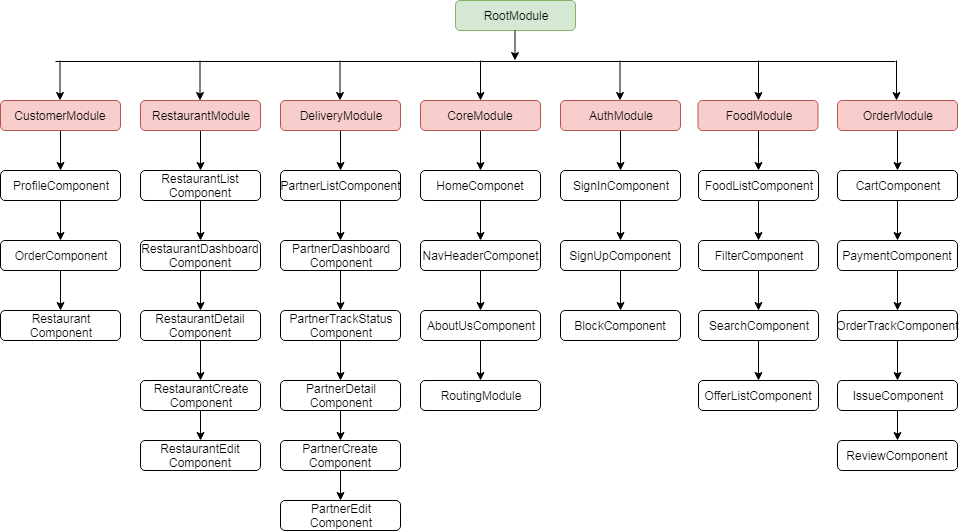
Above: ComponentDiagram.png in DakshataTalentpod/FoodMart (draw.io), before the change. Source tidied: cells renumbered, new cells last; positions are measured from the earlier drawing's top-left corner, leaving out a move shared by most shapes. The source it was exported from:
```xml
<mxGraphModel>
  <root>
    <mxCell id="0" />
    <mxCell id="1" parent="0" />
    <mxCell id="2" style="edgeStyle=orthogonalEdgeStyle;rounded=0;jettySize=auto;html=1;" parent="1" edge="1" source="3" target="5">
      <mxGeometry relative="1" as="geometry" />
    </mxCell>
    <mxCell id="3" value="OrderModule" style="rounded=1;whiteSpace=wrap;html=1;fillColor=#f8cecc;strokeColor=#b85450;" parent="1" vertex="1">
      <mxGeometry x="837" y="100" width="120" height="30" as="geometry" />
    </mxCell>
    <mxCell id="4" style="edgeStyle=orthogonalEdgeStyle;rounded=0;jettySize=auto;html=1;" parent="1" edge="1" source="5" target="7">
      <mxGeometry relative="1" as="geometry" />
    </mxCell>
    <mxCell id="5" value="CartComponent" style="rounded=1;whiteSpace=wrap;html=1;" parent="1" vertex="1">
      <mxGeometry x="837" y="170" width="120" height="30" as="geometry" />
    </mxCell>
    <mxCell id="6" style="edgeStyle=orthogonalEdgeStyle;rounded=0;jettySize=auto;html=1;" parent="1" edge="1" source="7" target="9">
      <mxGeometry relative="1" as="geometry" />
    </mxCell>
    <mxCell id="7" value="PaymentComponent" style="rounded=1;whiteSpace=wrap;html=1;" parent="1" vertex="1">
      <mxGeometry x="837" y="240" width="120" height="30" as="geometry" />
    </mxCell>
    <mxCell id="8" style="edgeStyle=orthogonalEdgeStyle;rounded=0;jettySize=auto;html=1;" parent="1" edge="1" source="9" target="11">
      <mxGeometry relative="1" as="geometry" />
    </mxCell>
    <mxCell id="9" value="OrderTrackComponent" style="rounded=1;whiteSpace=wrap;html=1;" parent="1" vertex="1">
      <mxGeometry x="837" y="310" width="120" height="30" as="geometry" />
    </mxCell>
    <mxCell id="10" style="edgeStyle=orthogonalEdgeStyle;rounded=0;jettySize=auto;html=1;" parent="1" edge="1" source="11" target="12">
      <mxGeometry relative="1" as="geometry" />
    </mxCell>
    <mxCell id="11" value="IssueComponent" style="rounded=1;whiteSpace=wrap;html=1;" parent="1" vertex="1">
      <mxGeometry x="837" y="380" width="120" height="30" as="geometry" />
    </mxCell>
    <mxCell id="12" value="ReviewComponent" style="rounded=1;whiteSpace=wrap;html=1;" parent="1" vertex="1">
      <mxGeometry x="837" y="440" width="120" height="30" as="geometry" />
    </mxCell>
    <mxCell id="13" value="RootModule" style="rounded=1;whiteSpace=wrap;html=1;fillColor=#d5e8d4;strokeColor=#82b366;" parent="1" vertex="1">
      <mxGeometry x="455" width="120" height="30" as="geometry" />
    </mxCell>
    <mxCell id="14" style="edgeStyle=orthogonalEdgeStyle;rounded=0;orthogonalLoop=1;jettySize=auto;html=1;" parent="1" edge="1">
      <mxGeometry relative="1" as="geometry">
        <mxPoint x="60" y="150" as="sourcePoint" />
        <mxPoint x="60" y="170" as="targetPoint" />
        <Array as="points">
          <mxPoint x="60" y="130" />
          <mxPoint x="60" y="130" />
        </Array>
      </mxGeometry>
    </mxCell>
    <mxCell id="15" value="CustomerModule" style="rounded=1;whiteSpace=wrap;html=1;fillColor=#f8cecc;strokeColor=#b85450;" parent="1" vertex="1">
      <mxGeometry y="100" width="120" height="30" as="geometry" />
    </mxCell>
    <mxCell id="16" style="edgeStyle=orthogonalEdgeStyle;rounded=0;jettySize=auto;html=1;" parent="1" edge="1" source="17">
      <mxGeometry relative="1" as="geometry">
        <mxPoint x="60" y="240" as="targetPoint" />
      </mxGeometry>
    </mxCell>
    <mxCell id="17" value="ProfileComponent" style="rounded=1;whiteSpace=wrap;html=1;" parent="1" vertex="1">
      <mxGeometry y="170" width="120" height="30" as="geometry" />
    </mxCell>
    <mxCell id="18" style="edgeStyle=orthogonalEdgeStyle;rounded=0;jettySize=auto;html=1;" parent="1" edge="1" source="19">
      <mxGeometry relative="1" as="geometry">
        <mxPoint x="60" y="310" as="targetPoint" />
      </mxGeometry>
    </mxCell>
    <mxCell id="19" value="OrderComponent" style="rounded=1;whiteSpace=wrap;html=1;" parent="1" vertex="1">
      <mxGeometry y="240" width="120" height="30" as="geometry" />
    </mxCell>
    <mxCell id="20" value="Restaurant&lt;br&gt;Component" style="rounded=1;whiteSpace=wrap;html=1;" parent="1" vertex="1">
      <mxGeometry y="310" width="120" height="30" as="geometry" />
    </mxCell>
    <mxCell id="21" style="edgeStyle=orthogonalEdgeStyle;rounded=0;jettySize=auto;html=1;" parent="1" edge="1" source="22" target="24">
      <mxGeometry relative="1" as="geometry" />
    </mxCell>
    <mxCell id="22" value="FoodModule" style="rounded=1;whiteSpace=wrap;html=1;fillColor=#f8cecc;strokeColor=#b85450;" parent="1" vertex="1">
      <mxGeometry x="697.5" y="100" width="120" height="30" as="geometry" />
    </mxCell>
    <mxCell id="23" style="edgeStyle=orthogonalEdgeStyle;rounded=0;jettySize=auto;html=1;" parent="1" edge="1" source="24" target="26">
      <mxGeometry relative="1" as="geometry" />
    </mxCell>
    <mxCell id="24" value="FoodListComponent" style="rounded=1;whiteSpace=wrap;html=1;" parent="1" vertex="1">
      <mxGeometry x="698" y="170" width="120" height="30" as="geometry" />
    </mxCell>
    <mxCell id="25" style="edgeStyle=orthogonalEdgeStyle;rounded=0;jettySize=auto;html=1;" parent="1" edge="1" source="26" target="28">
      <mxGeometry relative="1" as="geometry" />
    </mxCell>
    <mxCell id="26" value="FilterComponent" style="rounded=1;whiteSpace=wrap;html=1;" parent="1" vertex="1">
      <mxGeometry x="698" y="240" width="120" height="30" as="geometry" />
    </mxCell>
    <mxCell id="27" style="edgeStyle=orthogonalEdgeStyle;rounded=0;jettySize=auto;html=1;" parent="1" edge="1" source="28" target="29">
      <mxGeometry relative="1" as="geometry" />
    </mxCell>
    <mxCell id="28" value="SearchComponent" style="rounded=1;whiteSpace=wrap;html=1;" parent="1" vertex="1">
      <mxGeometry x="698" y="310" width="120" height="30" as="geometry" />
    </mxCell>
    <mxCell id="29" value="OfferListComponent" style="rounded=1;whiteSpace=wrap;html=1;" parent="1" vertex="1">
      <mxGeometry x="698" y="380" width="120" height="30" as="geometry" />
    </mxCell>
    <mxCell id="30" style="edgeStyle=orthogonalEdgeStyle;rounded=0;jettySize=auto;html=1;" parent="1" edge="1" source="31" target="33">
      <mxGeometry relative="1" as="geometry" />
    </mxCell>
    <mxCell id="31" value="RestaurantModule" style="rounded=1;whiteSpace=wrap;html=1;fillColor=#f8cecc;strokeColor=#b85450;" parent="1" vertex="1">
      <mxGeometry x="140" y="100" width="120" height="30" as="geometry" />
    </mxCell>
    <mxCell id="32" style="edgeStyle=orthogonalEdgeStyle;rounded=0;jettySize=auto;html=1;" parent="1" edge="1" source="33" target="35">
      <mxGeometry relative="1" as="geometry" />
    </mxCell>
    <mxCell id="33" value="RestaurantList&lt;br&gt;Component" style="rounded=1;whiteSpace=wrap;html=1;" parent="1" vertex="1">
      <mxGeometry x="140" y="170" width="120" height="30" as="geometry" />
    </mxCell>
    <mxCell id="34" style="edgeStyle=orthogonalEdgeStyle;rounded=0;jettySize=auto;html=1;" parent="1" edge="1" source="35" target="37">
      <mxGeometry relative="1" as="geometry" />
    </mxCell>
    <mxCell id="35" value="RestaurantDashboard&lt;br&gt;Component&lt;br&gt;" style="rounded=1;whiteSpace=wrap;html=1;" parent="1" vertex="1">
      <mxGeometry x="140" y="240" width="120" height="30" as="geometry" />
    </mxCell>
    <mxCell id="36" style="edgeStyle=orthogonalEdgeStyle;rounded=0;jettySize=auto;html=1;" parent="1" edge="1" source="37" target="39">
      <mxGeometry relative="1" as="geometry" />
    </mxCell>
    <mxCell id="37" value="RestaurantDetail&lt;br&gt;Component" style="rounded=1;whiteSpace=wrap;html=1;" parent="1" vertex="1">
      <mxGeometry x="140" y="310" width="120" height="30" as="geometry" />
    </mxCell>
    <mxCell id="38" style="edgeStyle=orthogonalEdgeStyle;rounded=0;jettySize=auto;html=1;" parent="1" edge="1" source="39" target="40">
      <mxGeometry relative="1" as="geometry" />
    </mxCell>
    <mxCell id="39" value="RestaurantCreate&lt;br&gt;Component" style="rounded=1;whiteSpace=wrap;html=1;" parent="1" vertex="1">
      <mxGeometry x="140" y="380" width="120" height="30" as="geometry" />
    </mxCell>
    <mxCell id="40" value="RestaurantEdit&lt;br&gt;Component" style="rounded=1;whiteSpace=wrap;html=1;" parent="1" vertex="1">
      <mxGeometry x="140" y="440" width="120" height="30" as="geometry" />
    </mxCell>
    <mxCell id="41" style="edgeStyle=orthogonalEdgeStyle;rounded=0;jettySize=auto;html=1;" parent="1" edge="1" source="42" target="44">
      <mxGeometry relative="1" as="geometry" />
    </mxCell>
    <mxCell id="42" value="DeliveryModule" style="rounded=1;whiteSpace=wrap;html=1;fillColor=#f8cecc;strokeColor=#b85450;" parent="1" vertex="1">
      <mxGeometry x="280" y="100" width="120" height="30" as="geometry" />
    </mxCell>
    <mxCell id="43" style="edgeStyle=orthogonalEdgeStyle;rounded=0;jettySize=auto;html=1;" parent="1" edge="1" source="44" target="46">
      <mxGeometry relative="1" as="geometry" />
    </mxCell>
    <mxCell id="44" value="PartnerListComponent" style="rounded=1;whiteSpace=wrap;html=1;" parent="1" vertex="1">
      <mxGeometry x="280" y="170" width="120" height="30" as="geometry" />
    </mxCell>
    <mxCell id="45" style="edgeStyle=orthogonalEdgeStyle;rounded=0;jettySize=auto;html=1;" parent="1" edge="1" source="46" target="48">
      <mxGeometry relative="1" as="geometry" />
    </mxCell>
    <mxCell id="46" value="PartnerDashboard&lt;br&gt;Component" style="rounded=1;whiteSpace=wrap;html=1;" parent="1" vertex="1">
      <mxGeometry x="280" y="240" width="120" height="30" as="geometry" />
    </mxCell>
    <mxCell id="47" style="edgeStyle=orthogonalEdgeStyle;rounded=0;jettySize=auto;html=1;" parent="1" edge="1" source="48" target="50">
      <mxGeometry relative="1" as="geometry" />
    </mxCell>
    <mxCell id="48" value="PartnerTrackStatus&lt;br&gt;Component" style="rounded=1;whiteSpace=wrap;html=1;" parent="1" vertex="1">
      <mxGeometry x="280" y="310" width="120" height="30" as="geometry" />
    </mxCell>
    <mxCell id="49" style="edgeStyle=orthogonalEdgeStyle;rounded=0;jettySize=auto;html=1;" parent="1" edge="1" source="50" target="52">
      <mxGeometry relative="1" as="geometry" />
    </mxCell>
    <mxCell id="50" value="PartnerDetail&lt;br&gt;Component" style="rounded=1;whiteSpace=wrap;html=1;" parent="1" vertex="1">
      <mxGeometry x="280" y="380" width="120" height="30" as="geometry" />
    </mxCell>
    <mxCell id="51" style="edgeStyle=orthogonalEdgeStyle;rounded=0;jettySize=auto;html=1;" parent="1" edge="1" source="52" target="53">
      <mxGeometry relative="1" as="geometry" />
    </mxCell>
    <mxCell id="52" value="PartnerCreate&lt;br&gt;Component" style="rounded=1;whiteSpace=wrap;html=1;" parent="1" vertex="1">
      <mxGeometry x="280" y="440" width="120" height="30" as="geometry" />
    </mxCell>
    <mxCell id="53" value="PartnerEdit&lt;br&gt;Component" style="rounded=1;whiteSpace=wrap;html=1;" parent="1" vertex="1">
      <mxGeometry x="280" y="500" width="120" height="30" as="geometry" />
    </mxCell>
    <mxCell id="54" style="edgeStyle=orthogonalEdgeStyle;rounded=0;jettySize=auto;html=1;" parent="1" edge="1" source="55" target="57">
      <mxGeometry relative="1" as="geometry" />
    </mxCell>
    <mxCell id="55" value="CoreModule" style="rounded=1;whiteSpace=wrap;html=1;fillColor=#f8cecc;strokeColor=#b85450;" parent="1" vertex="1">
      <mxGeometry x="420" y="100" width="120" height="30" as="geometry" />
    </mxCell>
    <mxCell id="56" style="edgeStyle=orthogonalEdgeStyle;rounded=0;jettySize=auto;html=1;" parent="1" edge="1" source="57" target="59">
      <mxGeometry relative="1" as="geometry" />
    </mxCell>
    <mxCell id="57" value="HomeComponet" style="rounded=1;whiteSpace=wrap;html=1;" parent="1" vertex="1">
      <mxGeometry x="420" y="170" width="120" height="30" as="geometry" />
    </mxCell>
    <mxCell id="58" style="edgeStyle=orthogonalEdgeStyle;rounded=0;jettySize=auto;html=1;" parent="1" edge="1" source="59" target="61">
      <mxGeometry relative="1" as="geometry" />
    </mxCell>
    <mxCell id="59" value="NavHeaderComponet" style="rounded=1;whiteSpace=wrap;html=1;" parent="1" vertex="1">
      <mxGeometry x="420" y="240" width="120" height="30" as="geometry" />
    </mxCell>
    <mxCell id="60" style="edgeStyle=orthogonalEdgeStyle;rounded=0;jettySize=auto;html=1;" parent="1" edge="1" source="61" target="62">
      <mxGeometry relative="1" as="geometry" />
    </mxCell>
    <mxCell id="61" value="AboutUsComponent" style="rounded=1;whiteSpace=wrap;html=1;" parent="1" vertex="1">
      <mxGeometry x="420" y="310" width="120" height="30" as="geometry" />
    </mxCell>
    <mxCell id="62" value="RoutingModule" style="rounded=1;whiteSpace=wrap;html=1;" parent="1" vertex="1">
      <mxGeometry x="420" y="380" width="120" height="30" as="geometry" />
    </mxCell>
    <mxCell id="63" style="edgeStyle=orthogonalEdgeStyle;rounded=0;jettySize=auto;html=1;" parent="1" edge="1" source="64" target="66">
      <mxGeometry relative="1" as="geometry" />
    </mxCell>
    <mxCell id="64" value="AuthModule" style="rounded=1;whiteSpace=wrap;html=1;fillColor=#f8cecc;strokeColor=#b85450;" parent="1" vertex="1">
      <mxGeometry x="560" y="100" width="120" height="30" as="geometry" />
    </mxCell>
    <mxCell id="65" style="edgeStyle=orthogonalEdgeStyle;rounded=0;jettySize=auto;html=1;" parent="1" edge="1" source="66" target="68">
      <mxGeometry relative="1" as="geometry" />
    </mxCell>
    <mxCell id="66" value="SignInComponent" style="rounded=1;whiteSpace=wrap;html=1;" parent="1" vertex="1">
      <mxGeometry x="560" y="170" width="120" height="30" as="geometry" />
    </mxCell>
    <mxCell id="67" style="edgeStyle=orthogonalEdgeStyle;rounded=0;jettySize=auto;html=1;" parent="1" edge="1" source="68" target="69">
      <mxGeometry relative="1" as="geometry" />
    </mxCell>
    <mxCell id="68" value="SignUpComponent" style="rounded=1;whiteSpace=wrap;html=1;" parent="1" vertex="1">
      <mxGeometry x="560" y="240" width="120" height="30" as="geometry" />
    </mxCell>
    <mxCell id="69" value="BlockComponent" style="rounded=1;whiteSpace=wrap;html=1;" parent="1" vertex="1">
      <mxGeometry x="560" y="310" width="120" height="30" as="geometry" />
    </mxCell>
    <mxCell id="70" style="endArrow=classic;html=1;" parent="1" edge="1">
      <mxGeometry relative="1" as="geometry">
        <mxPoint x="514.5" y="30" as="sourcePoint" />
        <mxPoint x="514.5" y="60" as="targetPoint" />
      </mxGeometry>
    </mxCell>
    <mxCell id="71" style="endArrow=none;html=1;" parent="1" edge="1">
      <mxGeometry relative="1" as="geometry">
        <mxPoint x="55" y="61" as="sourcePoint" />
        <mxPoint x="895" y="61" as="targetPoint" />
      </mxGeometry>
    </mxCell>
    <mxCell id="72" style="endArrow=classic;html=1;" parent="1" edge="1">
      <mxGeometry relative="1" as="geometry">
        <mxPoint x="59.5" y="60" as="sourcePoint" />
        <mxPoint x="59.5" y="100" as="targetPoint" />
      </mxGeometry>
    </mxCell>
    <mxCell id="73" style="endArrow=classic;html=1;" parent="1" edge="1">
      <mxGeometry relative="1" as="geometry">
        <mxPoint x="199.5" y="60" as="sourcePoint" />
        <mxPoint x="199.5" y="100" as="targetPoint" />
      </mxGeometry>
    </mxCell>
    <mxCell id="74" style="endArrow=classic;html=1;" parent="1" edge="1">
      <mxGeometry relative="1" as="geometry">
        <mxPoint x="339.5" y="60" as="sourcePoint" />
        <mxPoint x="339.5" y="100" as="targetPoint" />
      </mxGeometry>
    </mxCell>
    <mxCell id="75" style="endArrow=classic;html=1;" parent="1" edge="1">
      <mxGeometry relative="1" as="geometry">
        <mxPoint x="480" y="60" as="sourcePoint" />
        <mxPoint x="480" y="100" as="targetPoint" />
      </mxGeometry>
    </mxCell>
    <mxCell id="76" style="endArrow=classic;html=1;" parent="1" edge="1">
      <mxGeometry relative="1" as="geometry">
        <mxPoint x="619.5" y="60" as="sourcePoint" />
        <mxPoint x="619.5" y="100" as="targetPoint" />
      </mxGeometry>
    </mxCell>
    <mxCell id="77" style="endArrow=classic;html=1;" parent="1" edge="1">
      <mxGeometry relative="1" as="geometry">
        <mxPoint x="758" y="60" as="sourcePoint" />
        <mxPoint x="758" y="100" as="targetPoint" />
      </mxGeometry>
    </mxCell>
    <mxCell id="78" style="endArrow=classic;html=1;" parent="1" edge="1">
      <mxGeometry relative="1" as="geometry">
        <mxPoint x="896" y="60" as="sourcePoint" />
        <mxPoint x="896" y="100" as="targetPoint" />
      </mxGeometry>
    </mxCell>
  </root>
</mxGraphModel>
```
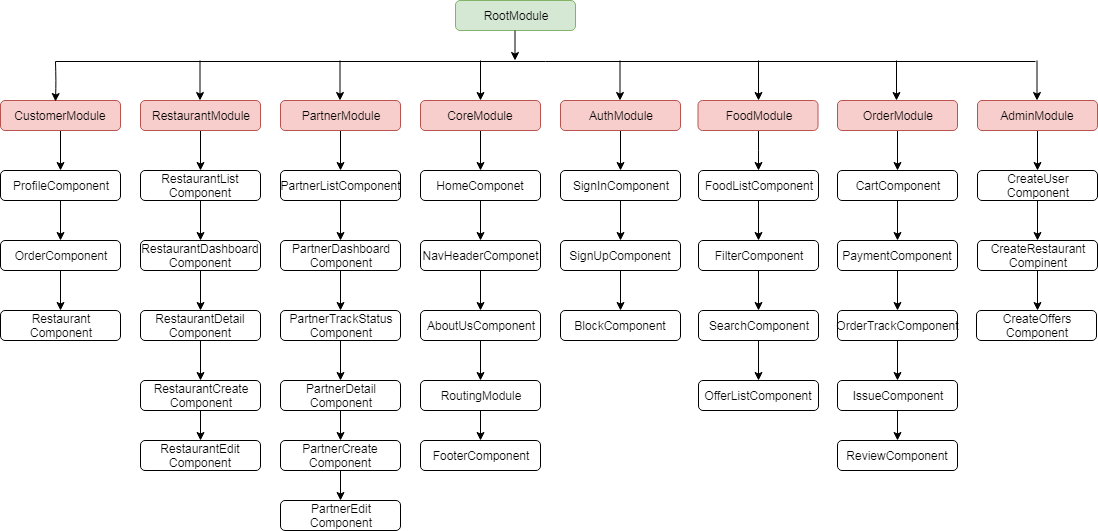
After the commit.

Change to the diagram source:
```diff
@@ -8,6 +8,24 @@
     <mxCell id="3" value="OrderModule" style="rounded=1;whiteSpace=wrap;html=1;fillColor=#f8cecc;strokeColor=#b85450;" parent="1" vertex="1">
       <mxGeometry x="837" y="100" width="120" height="30" as="geometry" />
     </mxCell>
+    <mxCell id="79" style="edgeStyle=orthogonalEdgeStyle;rounded=0;jettySize=auto;html=1;" parent="1" edge="1" source="80" target="82">
+      <mxGeometry relative="1" as="geometry" />
+    </mxCell>
+    <mxCell id="80" value="AdminModule" style="rounded=1;whiteSpace=wrap;html=1;fillColor=#f8cecc;strokeColor=#b85450;" parent="1" vertex="1">
+      <mxGeometry x="977" y="100" width="120" height="30" as="geometry" />
+    </mxCell>
+    <mxCell id="81" style="edgeStyle=orthogonalEdgeStyle;rounded=0;jettySize=auto;html=1;" parent="1" edge="1" source="82" target="83">
+      <mxGeometry relative="1" as="geometry" />
+    </mxCell>
+    <mxCell id="82" value="CreateUser&lt;br&gt;Component" style="rounded=1;whiteSpace=wrap;html=1;" parent="1" vertex="1">
+      <mxGeometry x="977" y="170" width="120" height="30" as="geometry" />
+    </mxCell>
+    <mxCell id="83" value="&lt;span&gt;CreateRestaurant&lt;/span&gt;&lt;br&gt;&lt;span&gt;Compinent&lt;/span&gt;" style="rounded=1;whiteSpace=wrap;html=1;" parent="1" vertex="1">
+      <mxGeometry x="977" y="240" width="120" height="30" as="geometry" />
+    </mxCell>
+    <mxCell id="84" value="&lt;span&gt;CreateOffers&lt;br&gt;Component&lt;/span&gt;" style="rounded=1;whiteSpace=wrap;html=1;" parent="1" vertex="1">
+      <mxGeometry x="976" y="310" width="120" height="30" as="geometry" />
+    </mxCell>
     <mxCell id="4" style="edgeStyle=orthogonalEdgeStyle;rounded=0;jettySize=auto;html=1;" parent="1" edge="1" source="5" target="7">
       <mxGeometry relative="1" as="geometry" />
     </mxCell>
@@ -133,7 +151,7 @@
     <mxCell id="41" style="edgeStyle=orthogonalEdgeStyle;rounded=0;jettySize=auto;html=1;" parent="1" edge="1" source="42" target="44">
       <mxGeometry relative="1" as="geometry" />
     </mxCell>
-    <mxCell id="42" value="DeliveryModule" style="rounded=1;whiteSpace=wrap;html=1;fillColor=#f8cecc;strokeColor=#b85450;" parent="1" vertex="1">
+    <mxCell id="42" value="PartnerModule" style="rounded=1;whiteSpace=wrap;html=1;fillColor=#f8cecc;strokeColor=#b85450;" parent="1" vertex="1">
       <mxGeometry x="280" y="100" width="120" height="30" as="geometry" />
     </mxCell>
     <mxCell id="43" style="edgeStyle=orthogonalEdgeStyle;rounded=0;jettySize=auto;html=1;" parent="1" edge="1" source="44" target="46">
@@ -193,9 +211,15 @@
     <mxCell id="61" value="AboutUsComponent" style="rounded=1;whiteSpace=wrap;html=1;" parent="1" vertex="1">
       <mxGeometry x="420" y="310" width="120" height="30" as="geometry" />
     </mxCell>
+    <mxCell id="85" style="edgeStyle=orthogonalEdgeStyle;rounded=0;jettySize=auto;html=1;" parent="1" edge="1" source="62" target="86">
+      <mxGeometry relative="1" as="geometry" />
+    </mxCell>
     <mxCell id="62" value="RoutingModule" style="rounded=1;whiteSpace=wrap;html=1;" parent="1" vertex="1">
       <mxGeometry x="420" y="380" width="120" height="30" as="geometry" />
     </mxCell>
+    <mxCell id="86" value="FooterComponent" style="rounded=1;whiteSpace=wrap;html=1;" parent="1" vertex="1">
+      <mxGeometry x="420" y="440" width="120" height="30" as="geometry" />
+    </mxCell>
     <mxCell id="63" style="edgeStyle=orthogonalEdgeStyle;rounded=0;jettySize=auto;html=1;" parent="1" edge="1" source="64" target="66">
       <mxGeometry relative="1" as="geometry" />
     </mxCell>
@@ -226,13 +250,16 @@
     <mxCell id="71" style="endArrow=none;html=1;" parent="1" edge="1">
       <mxGeometry relative="1" as="geometry">
         <mxPoint x="55" y="61" as="sourcePoint" />
-        <mxPoint x="895" y="61" as="targetPoint" />
+        <mxPoint x="1035" y="61" as="targetPoint" />
       </mxGeometry>
     </mxCell>
     <mxCell id="72" style="endArrow=classic;html=1;" parent="1" edge="1">
       <mxGeometry relative="1" as="geometry">
-        <mxPoint x="59.5" y="60" as="sourcePoint" />
-        <mxPoint x="59.5" y="100" as="targetPoint" />
+        <mxPoint x="55" y="61" as="sourcePoint" />
+        <mxPoint x="55" y="101" as="targetPoint" />
+        <Array as="points">
+          <mxPoint x="55.5" y="81" />
+        </Array>
       </mxGeometry>
     </mxCell>
     <mxCell id="73" style="endArrow=classic;html=1;" parent="1" edge="1">
@@ -271,5 +298,17 @@
         <mxPoint x="896" y="100" as="targetPoint" />
       </mxGeometry>
     </mxCell>
+    <mxCell id="87" style="endArrow=classic;html=1;" parent="1" edge="1">
+      <mxGeometry relative="1" as="geometry">
+        <mxPoint x="1036.5" y="60" as="sourcePoint" />
+        <mxPoint x="1036.5" y="100" as="targetPoint" />
+      </mxGeometry>
+    </mxCell>
+    <mxCell id="88" style="edgeStyle=orthogonalEdgeStyle;rounded=0;orthogonalLoop=1;jettySize=auto;html=1;" parent="1" edge="1">
+      <mxGeometry relative="1" as="geometry">
+        <mxPoint x="1037" y="270" as="sourcePoint" />
+        <mxPoint x="1037" y="310" as="targetPoint" />
+      </mxGeometry>
+    </mxCell>
   </root>
 </mxGraphModel>
```
